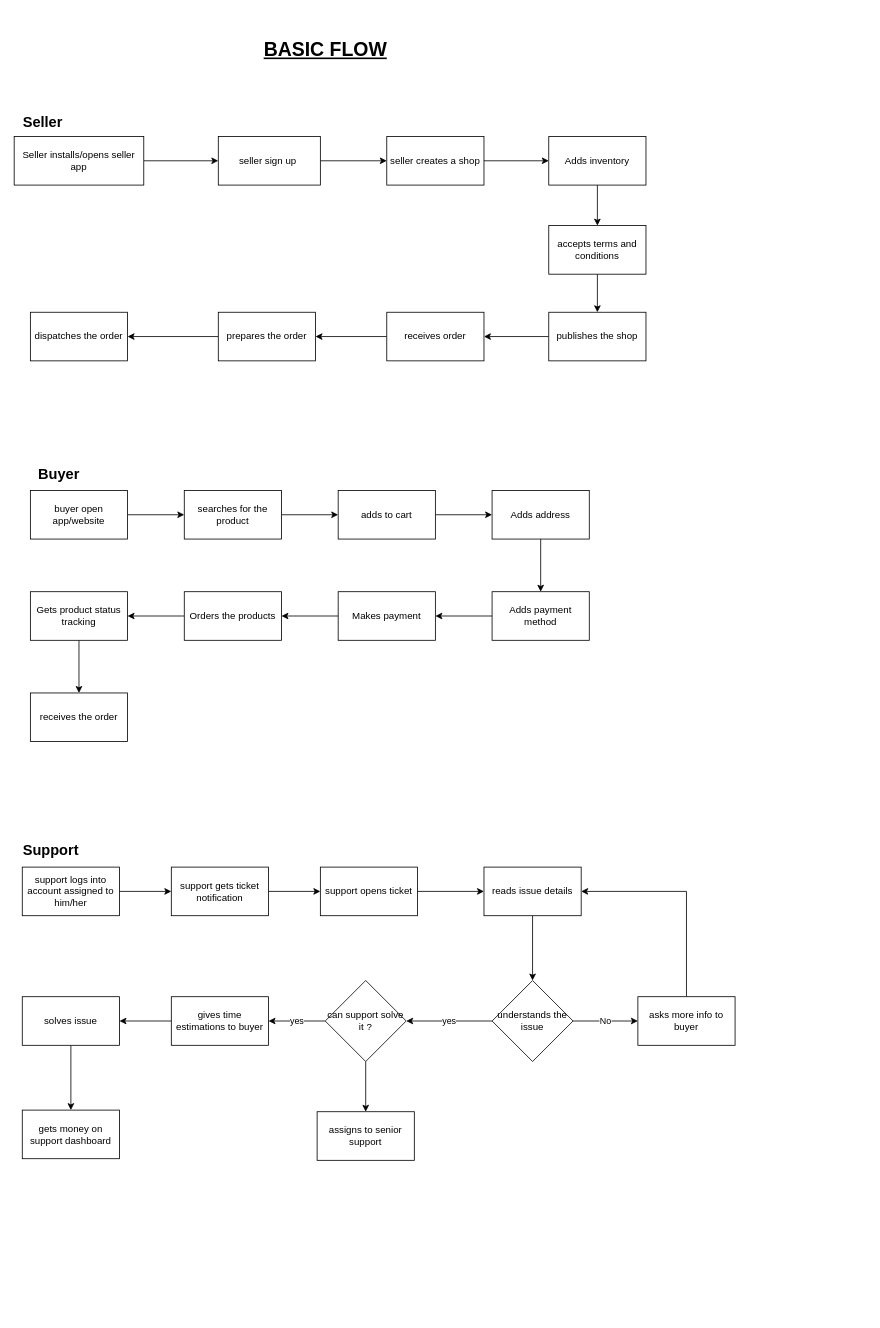
Earlier version of the draw.io diagram Untitled Diagram.drawio (nsonu398/testmonkey). Source tidied: cells renumbered, new cells numbered last; positions are measured from the earlier drawing's top-left corner, leaving out a move shared by most shapes. Both pictures are drawn from the tidied source at 81%, with x=0, y=0 at pixel (14, 33).
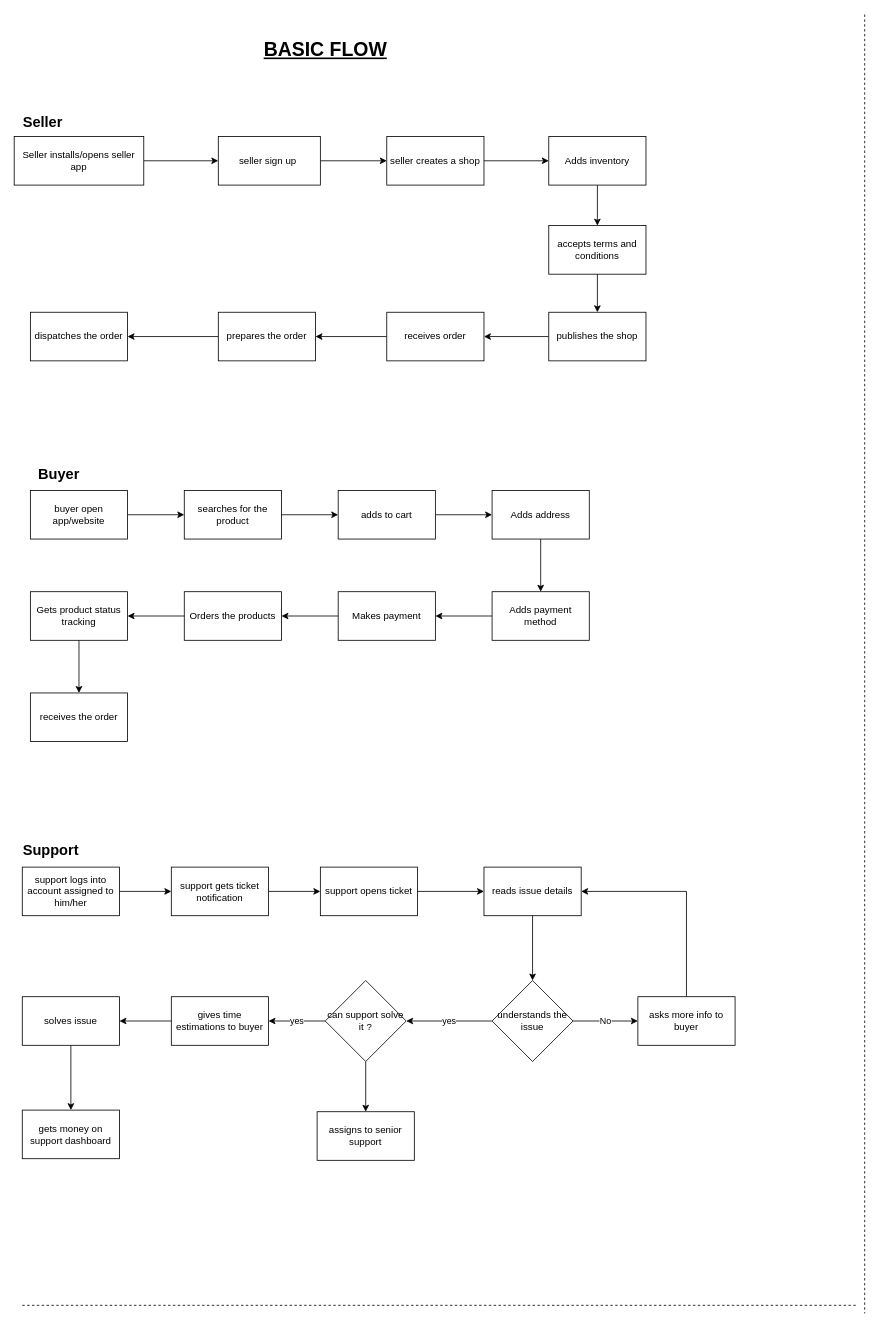
After the change.

Change to the diagram source:
```diff
@@
+    <mxCell id="62" style="endArrow=none;dashed=1;html=1;rounded=0;" parent="1" edge="1">
+      <mxGeometry relative="1" as="geometry">
+        <mxPoint x="10" y="1570" as="sourcePoint" />
+        <mxPoint x="1040" y="1570" as="targetPoint" />
+      </mxGeometry>
+    </mxCell>
+    <mxCell id="63" style="endArrow=none;dashed=1;html=1;rounded=0;" parent="1" edge="1">
+      <mxGeometry relative="1" as="geometry">
+        <mxPoint x="1050" y="-23.6" as="sourcePoint" />
+        <mxPoint x="1050" y="1580" as="targetPoint" />
+      </mxGeometry>
+    </mxCell>
```
